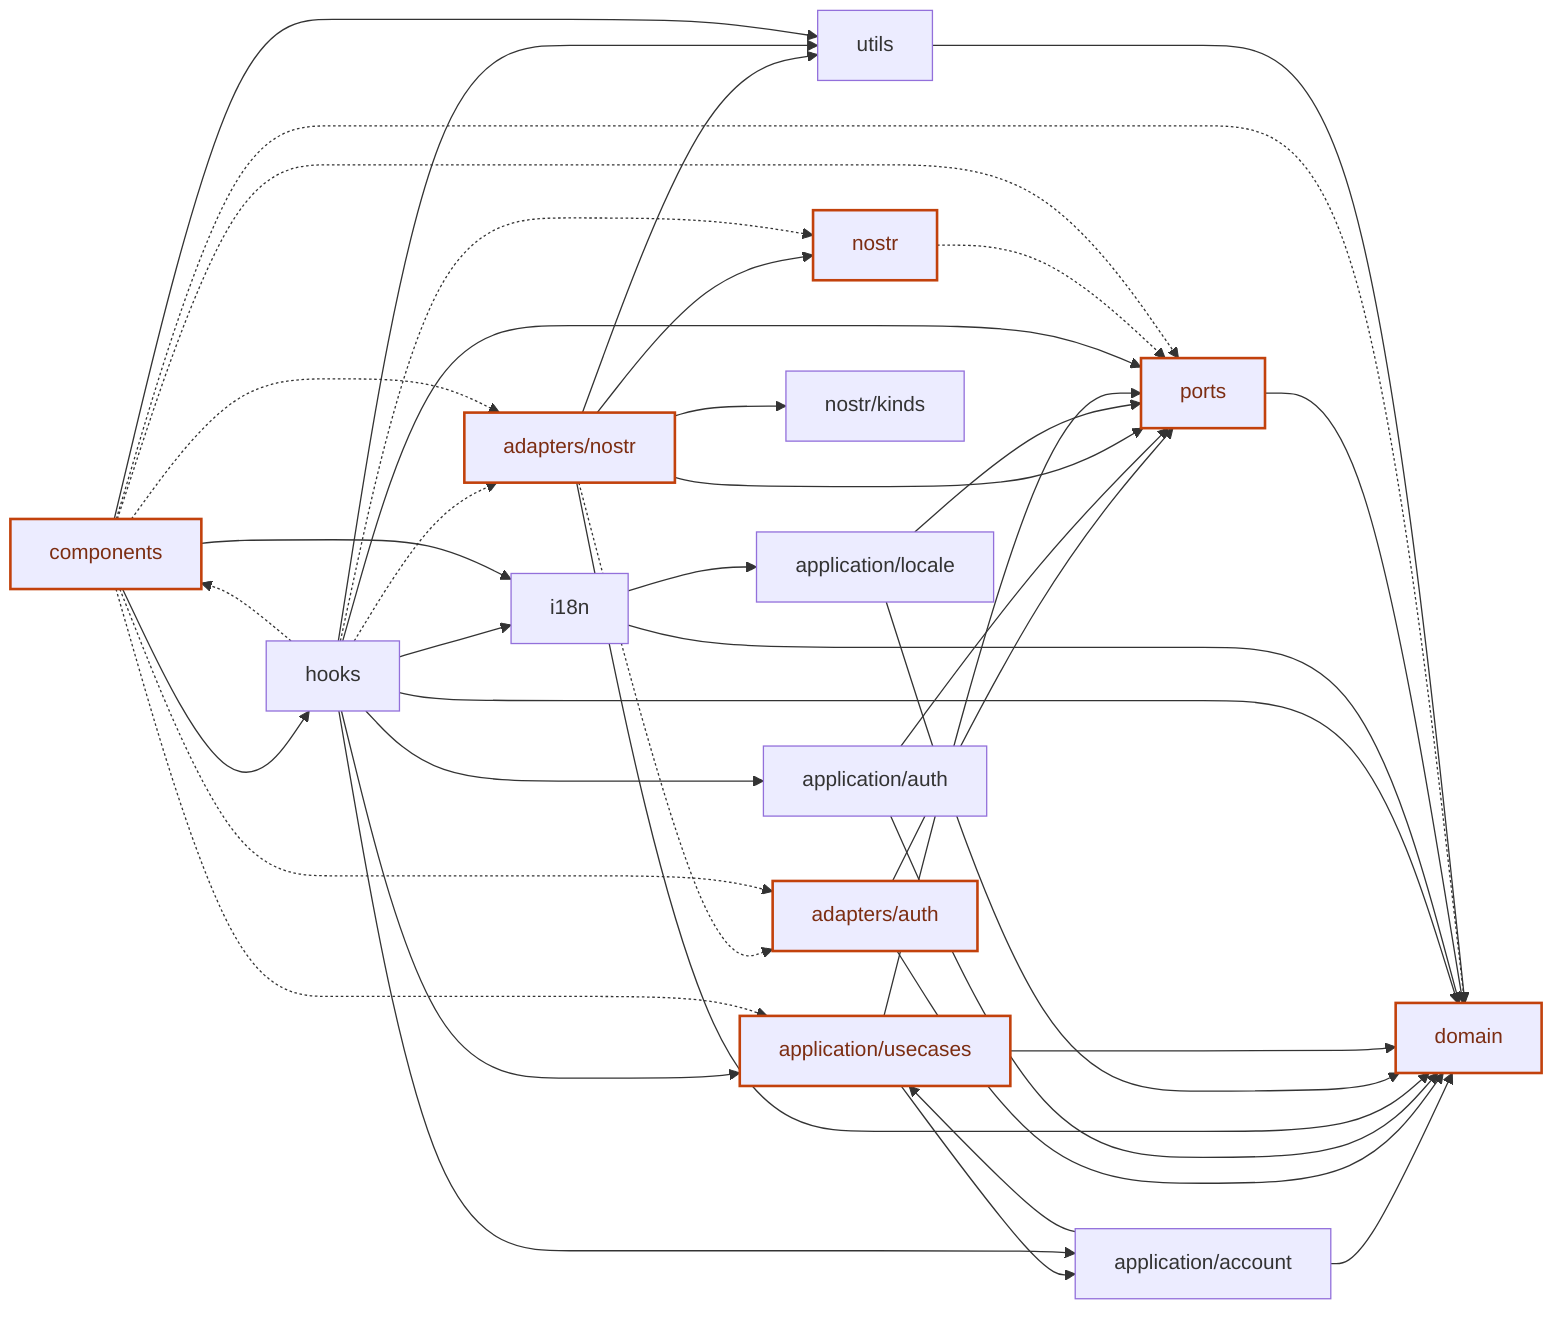
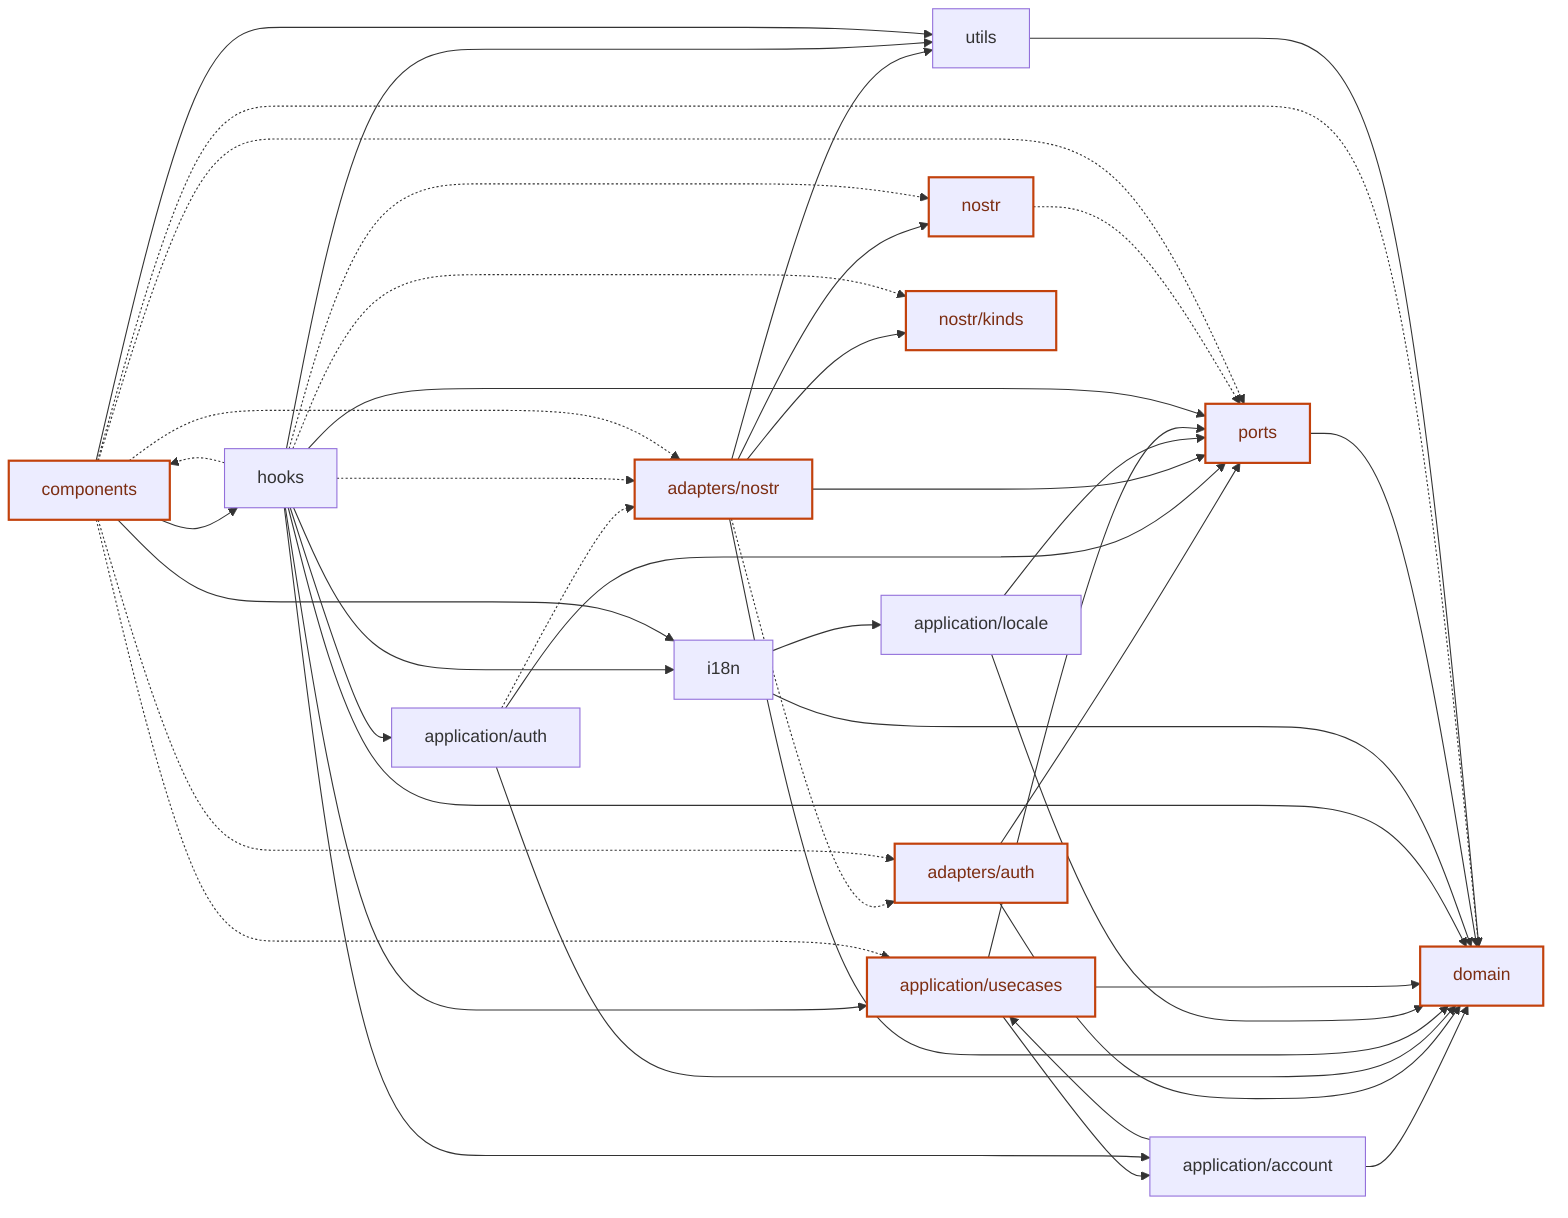
flowchart LR
  UI[components]
  H[hooks]
  A[application/usecases]
  AA[application/auth]
  AACC[application/account]
  ALOC[application/locale]
  P[ports]
  D[domain]
  AD[adapters/nostr]
  AAUTH[adapters/auth]
  N[nostr]
  NK[nostr/kinds]
  U[utils]
  I[i18n]

  AACC --> A
  AACC --> D
  AAUTH --> D
  AAUTH --> P
+   AA -.-> AD
  AA --> D
  AA --> P
  AD -.-> AAUTH
  AD --> D
  AD --> N
  AD --> NK
  AD --> P
  AD --> U
  ALOC --> D
  ALOC --> P
  A --> AACC
  A --> D
  A --> P
  H --> A
  H --> AA
  H --> AACC
  H -.-> AD
  H --> D
  H --> I
  H -.-> N
+   H -.-> NK
  H --> P
  H --> U
  H -.-> UI
  I --> ALOC
  I --> D
  N -.-> P
  P --> D
  UI -.-> A
  UI -.-> AAUTH
  UI -.-> AD
  UI -.-> D
  UI --> H
  UI --> I
  UI -.-> P
  UI --> U
  U --> D

  classDef leak stroke:#c2410c,stroke-width:2px,color:#7c2d12;
-   class A,AAUTH,AD,D,N,P,UI leak;
+   class A,AAUTH,AD,D,N,NK,P,UI leak;
